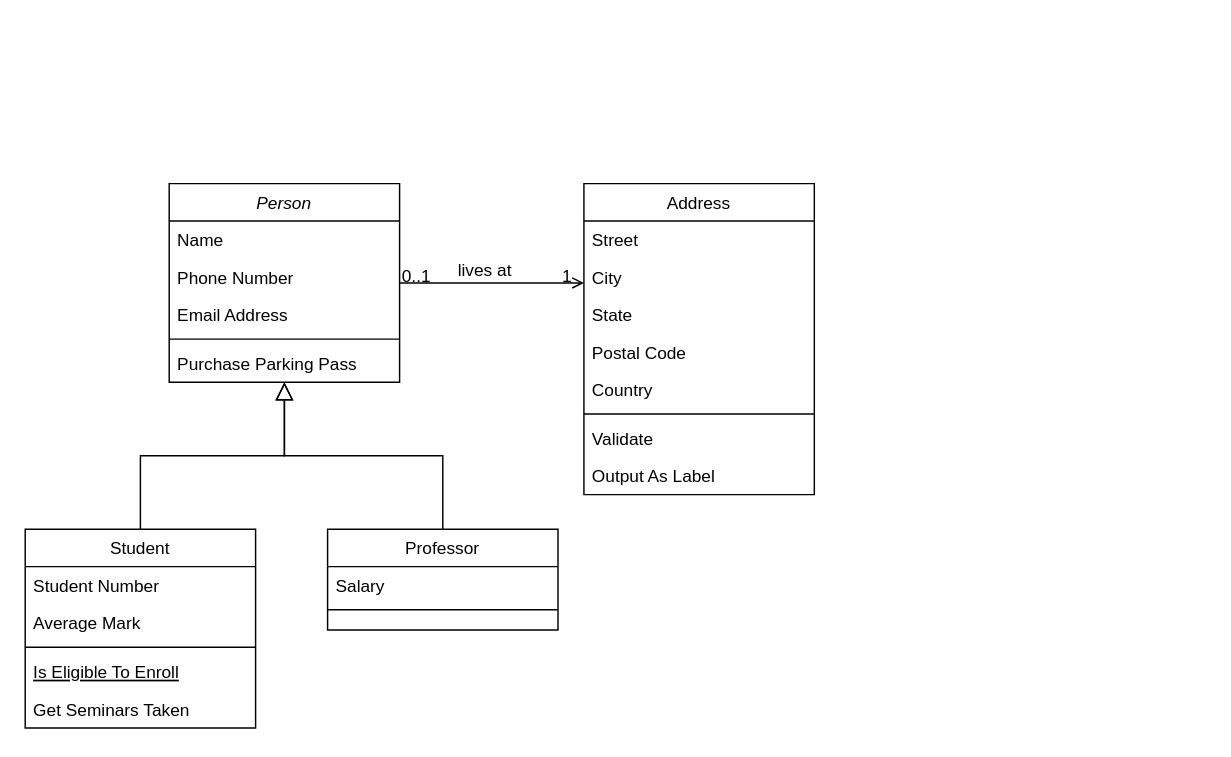
This is Diagrama sem nome.drawio from francodev1/saraspatisserie-, a draw.io file, before an edit. Source tidied: cells renumbered, new cells numbered last; positions are measured from the earlier drawing's top-left corner, leaving out a move shared by most shapes. Both pictures are drawn from the tidied source at 144%, with x=0, y=0 at pixel (24, 183).
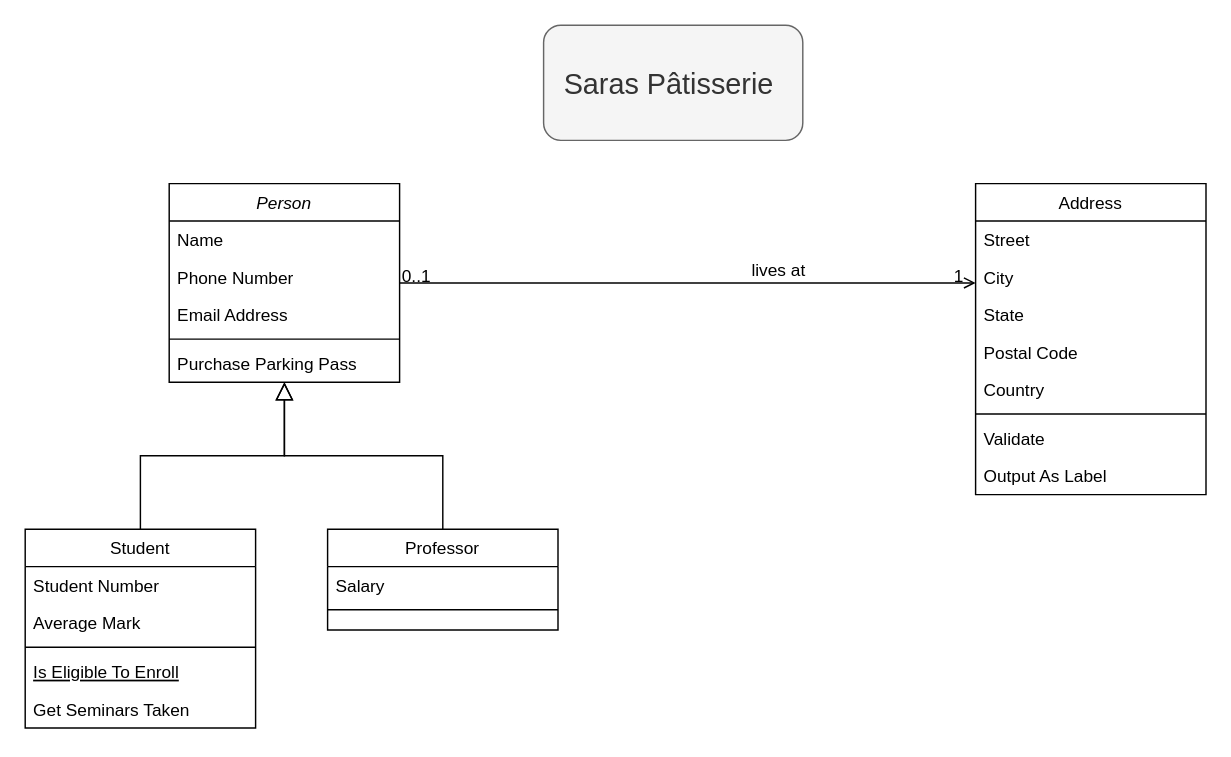
The same page after the edit.

Change to the diagram source:
```diff
@@
     <mxCell id="19" value="Address" style="swimlane;fontStyle=0;align=center;verticalAlign=top;horizontal=1;startSize=26;rounded=0;shadow=0;strokeWidth=1;" parent="1" vertex="1">
-      <mxGeometry x="388" width="160" height="216" as="geometry" />
+      <mxGeometry x="660" width="160" height="216" as="geometry" />
     </mxCell>
@@
+    <mxCell id="32" value="Saras Pâtisserie&amp;nbsp;" style="text;strokeColor=#666666;align=center;fillColor=#f5f5f5;html=1;verticalAlign=middle;whiteSpace=wrap;rounded=1;fontSize=20;fontColor=#333333;glass=0;" parent="1" vertex="1">
+      <mxGeometry x="360" y="-110" width="180" height="80" as="geometry" />
+    </mxCell>
```
